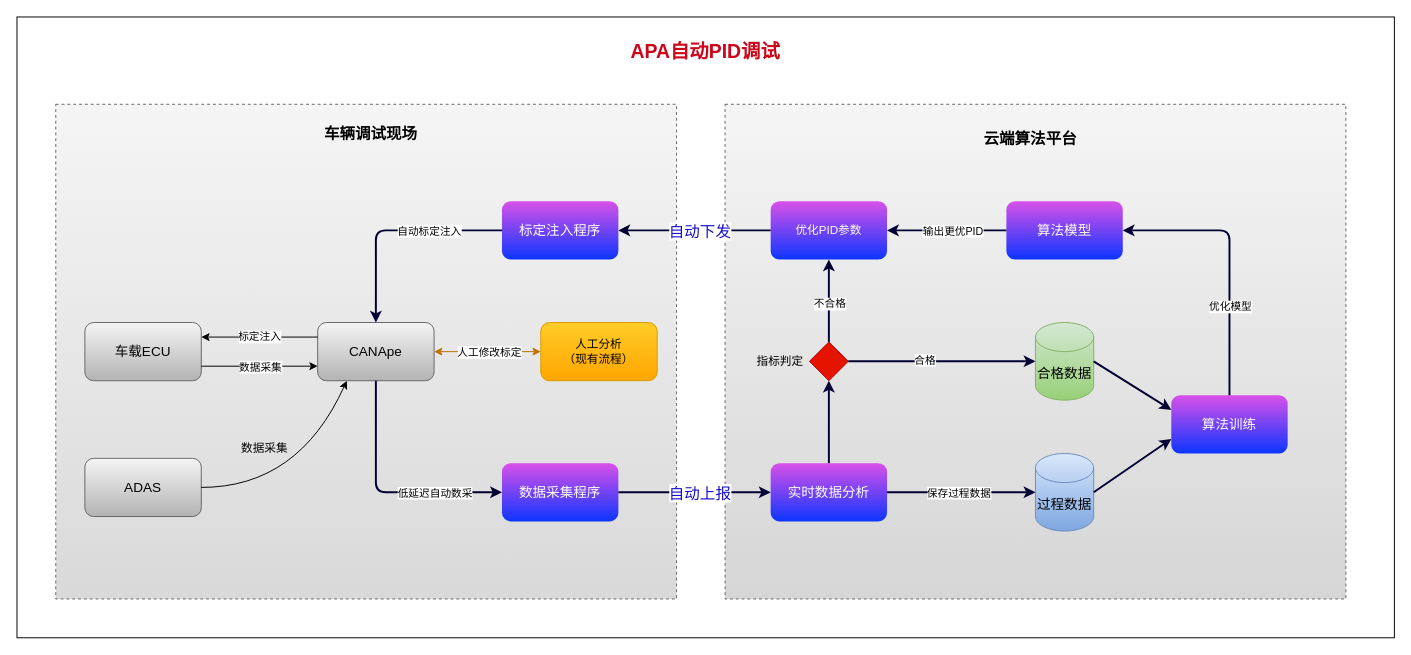
Earlier version of the draw.io diagram 未命名绘图.drawio (wenjiasen/dididi). Source tidied: cells renumbered, new cells numbered last; positions are measured from the earlier drawing's top-left corner, leaving out a move shared by most shapes. Both pictures are drawn from the tidied source at 97%, with x=0, y=0 at pixel (16, 16).
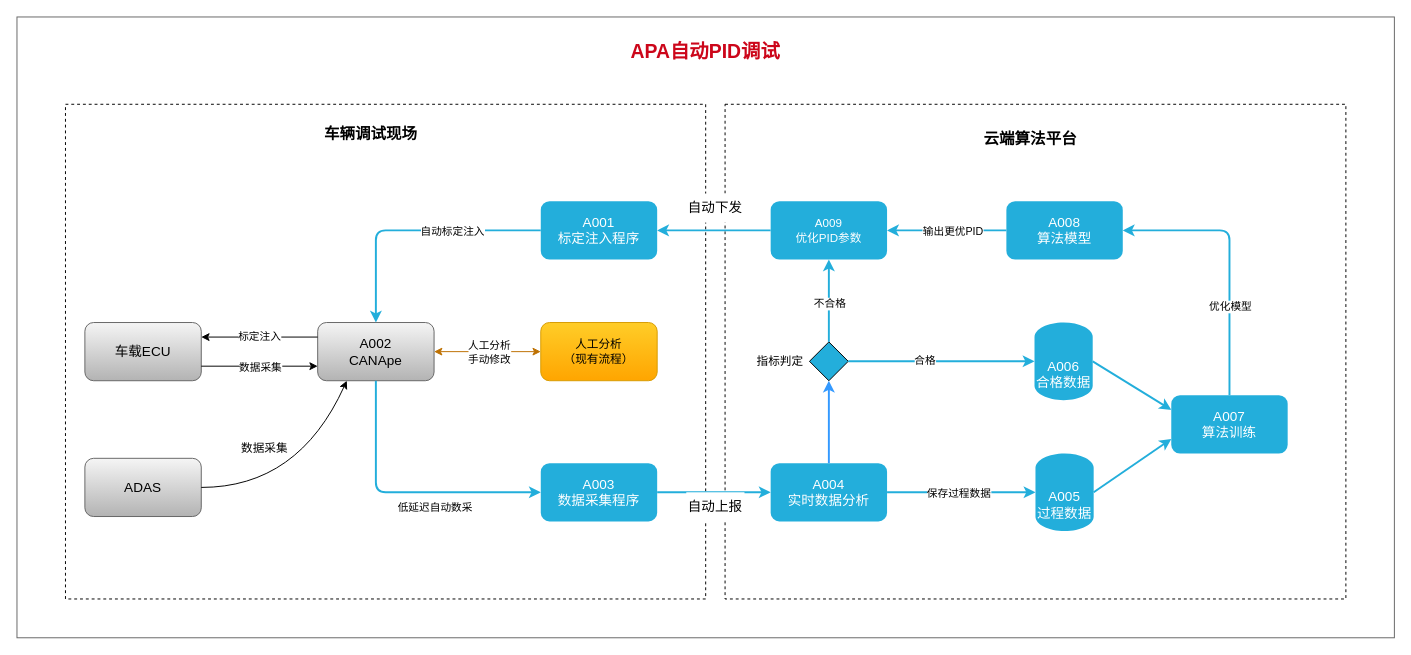
The same page after the edit.

Commit message:
更新未命名绘图.drawio

Unchanged cells that the change refers to:
```xml
<mxCell id="47" style="endArrow=classic;startArrow=classic;html=1;rounded=0;entryX=1;entryY=0.5;entryDx=0;entryDy=0;exitX=0;exitY=0.5;exitDx=0;exitDy=0;fillColor=#f0a30a;strokeColor=#BD7000;" parent="1" edge="1" source="46" target="6">
  <mxGeometry relative="1" as="geometry" />
</mxCell>
```

Diff of the diagram source:
```diff
@@
-    <mxCell id="2" style="rounded=0;whiteSpace=wrap;html=1;labelBorderColor=none;fontSize=16;strokeWidth=1;gradientDirection=south;fillStyle=auto;" parent="1" vertex="1">
+    <mxCell id="2" style="rounded=0;whiteSpace=wrap;html=1;labelBorderColor=none;fontSize=16;strokeWidth=1;gradientDirection=south;fillStyle=auto;fillColor=#FFFFFF;gradientColor=none;strokeColor=#666666;" parent="1" vertex="1">
       <mxGeometry width="1420" height="640" as="geometry" />
     </mxCell>
-    <mxCell id="3" style="rounded=0;whiteSpace=wrap;html=1;fontSize=16;dashed=1;fillColor=#f5f5f5;gradientColor=#D6D6D6;strokeColor=#666666;" parent="1" vertex="1">
+    <mxCell id="3" style="rounded=0;whiteSpace=wrap;html=1;fontSize=16;dashed=1;" parent="1" vertex="1">
       <mxGeometry x="730" y="90" width="640" height="510" as="geometry" />
     </mxCell>
-    <mxCell id="4" style="rounded=0;whiteSpace=wrap;html=1;fontSize=16;dashed=1;fillColor=#f5f5f5;gradientColor=#D9D9D9;strokeColor=#666666;" parent="1" vertex="1">
-      <mxGeometry x="40" y="90" width="640" height="510" as="geometry" />
+    <mxCell id="4" style="rounded=0;whiteSpace=wrap;html=1;fontSize=16;dashed=1;" parent="1" vertex="1">
+      <mxGeometry x="50" y="90" width="660" height="510" as="geometry" />
     </mxCell>
@@
-    <mxCell id="6" value="CANApe" style="rounded=1;whiteSpace=wrap;html=1;fillColor=#f5f5f5;gradientColor=#b3b3b3;strokeColor=#666666;fontSize=14;" parent="1" vertex="1">
+    <mxCell id="6" value="A002&lt;br&gt;CANApe" style="rounded=1;whiteSpace=wrap;html=1;fillColor=#f5f5f5;gradientColor=#b3b3b3;strokeColor=#666666;fontSize=14;" parent="1" vertex="1">
       <mxGeometry x="310" y="315" width="120" height="60" as="geometry" />
     </mxCell>
-    <mxCell id="7" value="数据采集程序" style="rounded=1;whiteSpace=wrap;html=1;fillColor=#D951E8;gradientColor=#0D35FF;strokeColor=none;fontColor=#FFFFFF;strokeWidth=2;fontSize=14;" parent="1" vertex="1">
-      <mxGeometry x="500" y="460" width="120" height="60" as="geometry" />
+    <mxCell id="7" value="A003&lt;br&gt;数据采集程序" style="rounded=1;whiteSpace=wrap;html=1;fillColor=#23AEDB;gradientColor=none;strokeColor=none;fontColor=#FFFFFF;strokeWidth=2;fontSize=14;" parent="1" vertex="1">
+      <mxGeometry x="540" y="460" width="120" height="60" as="geometry" />
     </mxCell>
-    <mxCell id="8" value="实时数据分析" style="rounded=1;whiteSpace=wrap;html=1;fillColor=#D951E8;gradientColor=#0D35FF;strokeColor=none;fontColor=#FFFFFF;strokeWidth=2;fontSize=14;" parent="1" vertex="1">
+    <mxCell id="8" value="A004&lt;br&gt;实时数据分析" style="rounded=1;whiteSpace=wrap;html=1;fillColor=#23AEDB;gradientColor=none;strokeColor=none;fontColor=#FFFFFF;strokeWidth=2;fontSize=14;" parent="1" vertex="1">
       <mxGeometry x="777" y="460" width="120" height="60" as="geometry" />
     </mxCell>
-    <mxCell id="9" value="标定注入程序" style="rounded=1;whiteSpace=wrap;html=1;fillColor=#D951E8;gradientColor=#0D35FF;strokeColor=none;fontColor=#FFFFFF;strokeWidth=2;fontSize=14;" parent="1" vertex="1">
-      <mxGeometry x="500" y="190" width="120" height="60" as="geometry" />
+    <mxCell id="9" value="A001 &lt;br&gt;标定注入程序" style="rounded=1;whiteSpace=wrap;html=1;fillColor=#23AEDB;gradientColor=none;strokeColor=none;fontColor=#FFFFFF;strokeWidth=2;fontSize=14;" parent="1" vertex="1">
+      <mxGeometry x="540" y="190" width="120" height="60" as="geometry" />
     </mxCell>
@@
-    <mxCell id="13" style="endArrow=classic;html=1;rounded=1;exitX=0;exitY=0.5;exitDx=0;exitDy=0;fillColor=#d5e8d4;gradientColor=#97d077;strokeColor=#000033;strokeWidth=2;" parent="1" edge="1" source="9" target="6">
+    <mxCell id="13" style="endArrow=classic;html=1;rounded=1;exitX=0;exitY=0.5;exitDx=0;exitDy=0;fillColor=#d5e8d4;gradientColor=#97d077;strokeColor=#23AEDB;strokeWidth=2;" parent="1" edge="1" source="9" target="6">
       <mxGeometry relative="1" as="geometry">
         <Array as="points">
           <mxPoint x="370" y="220" />
         </Array>
       </mxGeometry>
     </mxCell>
@@
-    <mxCell id="15" style="endArrow=classic;html=1;rounded=1;entryX=0;entryY=0.5;entryDx=0;entryDy=0;exitX=0.5;exitY=1;exitDx=0;exitDy=0;fillColor=#d5e8d4;gradientColor=#97d077;strokeColor=#000033;strokeWidth=2;" parent="1" edge="1" source="6" target="7">
+    <mxCell id="15" style="endArrow=classic;html=1;rounded=1;entryX=0;entryY=0.5;entryDx=0;entryDy=0;exitX=0.5;exitY=1;exitDx=0;exitDy=0;fillColor=#d5e8d4;gradientColor=#97d077;strokeColor=#23AEDB;strokeWidth=2;" parent="1" edge="1" source="6" target="7">
       <mxGeometry relative="1" as="geometry">
         <Array as="points">
           <mxPoint x="370" y="490" />
         </Array>
       </mxGeometry>
     </mxCell>
@@
-    <mxCell id="17" style="endArrow=classic;html=1;rounded=1;entryX=0;entryY=0.5;entryDx=0;entryDy=0;strokeWidth=2;fillColor=#d5e8d4;gradientColor=#97d077;strokeColor=#000033;" parent="1" edge="1" source="7" target="8">
-      <mxGeometry relative="1" as="geometry" />
-    </mxCell>
-    <mxCell id="18" value="自动上报" style="edgeLabel;html=1;align=center;verticalAlign=middle;fontColor=#150ECC;labelBorderColor=none;fontSize=16;" parent="17" vertex="1">
-      <mxGeometry x="-0.03" y="-1" relative="1" as="geometry">
-        <mxPoint x="7" y="-1" as="offset" />
-      </mxGeometry>
-    </mxCell>
-    <mxCell id="19" value="优化PID参数" style="rounded=1;whiteSpace=wrap;html=1;fillColor=#D951E8;gradientColor=#0D35FF;strokeColor=none;fontColor=#FFFFFF;strokeWidth=2;" parent="1" vertex="1">
+    <mxCell id="19" value="A009&lt;br&gt;优化PID参数" style="rounded=1;whiteSpace=wrap;html=1;fillColor=#23AEDB;gradientColor=none;strokeColor=none;fontColor=#FFFFFF;strokeWidth=2;" parent="1" vertex="1">
       <mxGeometry x="777" y="190" width="120" height="60" as="geometry" />
     </mxCell>
-    <mxCell id="20" style="rhombus;whiteSpace=wrap;html=1;fillColor=#e51400;strokeColor=#B20000;fontColor=#ffffff;" parent="1" vertex="1">
+    <mxCell id="20" style="rhombus;whiteSpace=wrap;html=1;fillColor=#23AEDB;" parent="1" vertex="1">
       <mxGeometry x="817" y="335" width="40" height="40" as="geometry" />
     </mxCell>
@@
-    <mxCell id="22" style="endArrow=classic;html=1;rounded=0;exitX=0.5;exitY=0;exitDx=0;exitDy=0;entryX=0.5;entryY=1;entryDx=0;entryDy=0;strokeColor=#000033;strokeWidth=2;" parent="1" edge="1" source="8" target="20">
+    <mxCell id="22" style="endArrow=classic;html=1;rounded=0;exitX=0.5;exitY=0;exitDx=0;exitDy=0;entryX=0.5;entryY=1;entryDx=0;entryDy=0;strokeColor=#3399FF;strokeWidth=2;" parent="1" edge="1" source="8" target="20">
       <mxGeometry relative="1" as="geometry" />
     </mxCell>
-    <mxCell id="23" style="endArrow=classic;html=1;rounded=0;exitX=0.5;exitY=0;exitDx=0;exitDy=0;entryX=0.5;entryY=1;entryDx=0;entryDy=0;strokeColor=#000033;strokeWidth=2;" parent="1" edge="1" source="20" target="19">
+    <mxCell id="23" style="endArrow=classic;html=1;rounded=0;exitX=0.5;exitY=0;exitDx=0;exitDy=0;entryX=0.5;entryY=1;entryDx=0;entryDy=0;strokeColor=#23AEDB;strokeWidth=2;" parent="1" edge="1" source="20" target="19">
       <mxGeometry relative="1" as="geometry" />
     </mxCell>
@@
-    <mxCell id="25" style="endArrow=classic;html=1;rounded=0;exitX=0;exitY=0.5;exitDx=0;exitDy=0;entryX=1;entryY=0.5;entryDx=0;entryDy=0;strokeWidth=2;fillColor=#d5e8d4;gradientColor=#97d077;strokeColor=#000033;" parent="1" edge="1" source="19" target="9">
-      <mxGeometry relative="1" as="geometry" />
-    </mxCell>
-    <mxCell id="26" value="自动下发" style="edgeLabel;html=1;align=center;verticalAlign=middle;fontSize=16;fontColor=#150ECC;" parent="25" vertex="1">
-      <mxGeometry x="-0.18" y="2" relative="1" as="geometry">
-        <mxPoint x="-10" y="-2" as="offset" />
-      </mxGeometry>
-    </mxCell>
-    <mxCell id="27" style="endArrow=classic;html=1;rounded=0;exitX=1;exitY=0.5;exitDx=0;exitDy=0;entryX=0;entryY=0.5;entryDx=0;entryDy=0;entryPerimeter=0;fillColor=#d5e8d4;gradientColor=#97d077;strokeColor=#000033;strokeWidth=2;" parent="1" edge="1" source="20" target="35">
+    <mxCell id="27" style="endArrow=classic;html=1;rounded=0;exitX=1;exitY=0.5;exitDx=0;exitDy=0;entryX=0;entryY=0.5;entryDx=0;entryDy=0;entryPerimeter=0;fillColor=#d5e8d4;gradientColor=#97d077;strokeColor=#23AEDB;strokeWidth=2;" parent="1" edge="1" source="20" target="35">
       <mxGeometry relative="1" as="geometry" />
     </mxCell>
@@
-    <mxCell id="32" style="endArrow=classic;html=1;rounded=0;exitX=1;exitY=0.5;exitDx=0;exitDy=0;entryX=0;entryY=0.5;entryDx=0;entryDy=0;entryPerimeter=0;fillColor=#d5e8d4;gradientColor=#97d077;strokeColor=#000033;strokeWidth=2;" parent="1" edge="1" source="8" target="34">
+    <mxCell id="32" style="endArrow=classic;html=1;rounded=0;exitX=1;exitY=0.5;exitDx=0;exitDy=0;entryX=0;entryY=0.5;entryDx=0;entryDy=0;entryPerimeter=0;fillColor=#d5e8d4;gradientColor=#97d077;strokeColor=#23AEDB;strokeWidth=2;" parent="1" edge="1" source="8" target="34">
       <mxGeometry relative="1" as="geometry" />
     </mxCell>
@@
-    <mxCell id="34" value="过程数据" style="shape=cylinder3;whiteSpace=wrap;html=1;boundedLbl=1;backgroundOutline=1;size=15;fillColor=#dae8fc;gradientColor=#7ea6e0;strokeColor=#6c8ebf;strokeWidth=1;fontSize=14;" parent="1" vertex="1">
+    <mxCell id="34" value="A005&lt;br&gt;过程数据" style="shape=cylinder3;whiteSpace=wrap;html=1;boundedLbl=1;backgroundOutline=1;size=15;fillColor=#23AEDB;gradientColor=none;strokeColor=none;strokeWidth=1;fontSize=14;fontColor=#FFFFFF;" parent="1" vertex="1">
       <mxGeometry x="1050" y="450" width="60" height="80" as="geometry" />
     </mxCell>
-    <mxCell id="35" value="合格数据" style="shape=cylinder3;whiteSpace=wrap;html=1;boundedLbl=1;backgroundOutline=1;size=15;fillColor=#d5e8d4;gradientColor=#97d077;strokeColor=#82b366;strokeWidth=1;fontSize=14;" parent="1" vertex="1">
-      <mxGeometry x="1050" y="315" width="60" height="80" as="geometry" />
+    <mxCell id="35" value="A006&lt;br&gt;合格数据" style="shape=cylinder3;whiteSpace=wrap;html=1;boundedLbl=1;backgroundOutline=1;size=15;fillColor=#23AEDB;gradientColor=none;strokeColor=none;strokeWidth=1;fontSize=14;fontColor=#FFFFFF;" parent="1" vertex="1">
+      <mxGeometry x="1049" y="315" width="60" height="80" as="geometry" />
     </mxCell>
-    <mxCell id="36" value="算法训练" style="rounded=1;whiteSpace=wrap;html=1;fillColor=#D951E8;gradientColor=#0D35FF;strokeColor=none;fontColor=#FFFFFF;strokeWidth=2;fontSize=14;" parent="1" vertex="1">
+    <mxCell id="36" value="A007&lt;br&gt;算法训练" style="rounded=1;whiteSpace=wrap;html=1;fillColor=#23AEDB;gradientColor=none;strokeColor=none;fontColor=#FFFFFF;strokeWidth=2;fontSize=14;" parent="1" vertex="1">
       <mxGeometry x="1190" y="390" width="120" height="60" as="geometry" />
     </mxCell>
-    <mxCell id="37" style="endArrow=classic;html=1;rounded=0;exitX=1;exitY=0.5;exitDx=0;exitDy=0;exitPerimeter=0;entryX=0;entryY=0.25;entryDx=0;entryDy=0;fillColor=#d5e8d4;gradientColor=#97d077;strokeColor=#000033;strokeWidth=2;" parent="1" edge="1" source="35" target="36">
+    <mxCell id="37" style="endArrow=classic;html=1;rounded=0;exitX=1;exitY=0.5;exitDx=0;exitDy=0;exitPerimeter=0;entryX=0;entryY=0.25;entryDx=0;entryDy=0;fillColor=#d5e8d4;gradientColor=#97d077;strokeColor=#23AEDB;strokeWidth=2;" parent="1" edge="1" source="35" target="36">
       <mxGeometry relative="1" as="geometry" />
     </mxCell>
-    <mxCell id="38" style="endArrow=classic;html=1;rounded=0;exitX=1;exitY=0.5;exitDx=0;exitDy=0;exitPerimeter=0;entryX=0;entryY=0.75;entryDx=0;entryDy=0;fillColor=#d5e8d4;gradientColor=#97d077;strokeColor=#000033;strokeWidth=2;" parent="1" edge="1" source="34" target="36">
+    <mxCell id="38" style="endArrow=classic;html=1;rounded=0;exitX=1;exitY=0.5;exitDx=0;exitDy=0;exitPerimeter=0;entryX=0;entryY=0.75;entryDx=0;entryDy=0;fillColor=#d5e8d4;gradientColor=#97d077;strokeColor=#23AEDB;strokeWidth=2;" parent="1" edge="1" source="34" target="36">
       <mxGeometry relative="1" as="geometry" />
     </mxCell>
-    <mxCell id="39" value="算法模型" style="rounded=1;whiteSpace=wrap;html=1;fillColor=#D951E8;gradientColor=#0D35FF;strokeColor=none;fontColor=#FFFFFF;strokeWidth=2;fontSize=14;" parent="1" vertex="1">
+    <mxCell id="39" value="A008&lt;br&gt;算法模型" style="rounded=1;whiteSpace=wrap;html=1;fillColor=#23AEDB;gradientColor=none;strokeColor=none;fontColor=#FFFFFF;strokeWidth=2;fontSize=14;" parent="1" vertex="1">
       <mxGeometry x="1020" y="190" width="120" height="60" as="geometry" />
     </mxCell>
-    <mxCell id="40" style="endArrow=classic;html=1;rounded=1;exitX=0.5;exitY=0;exitDx=0;exitDy=0;entryX=1;entryY=0.5;entryDx=0;entryDy=0;fillColor=#d5e8d4;gradientColor=#97d077;strokeColor=#000033;strokeWidth=2;" parent="1" edge="1" source="36" target="39">
+    <mxCell id="40" style="endArrow=classic;html=1;rounded=1;exitX=0.5;exitY=0;exitDx=0;exitDy=0;entryX=1;entryY=0.5;entryDx=0;entryDy=0;fillColor=#d5e8d4;gradientColor=#97d077;strokeColor=#23AEDB;strokeWidth=2;" parent="1" edge="1" source="36" target="39">
       <mxGeometry relative="1" as="geometry">
         <Array as="points">
           <mxPoint x="1250" y="220" />
         </Array>
       </mxGeometry>
     </mxCell>
@@
-    <mxCell id="42" style="endArrow=classic;html=1;rounded=0;exitX=0;exitY=0.5;exitDx=0;exitDy=0;entryX=1;entryY=0.5;entryDx=0;entryDy=0;endFill=1;startArrow=none;startFill=0;fillColor=#d5e8d4;gradientColor=#97d077;strokeColor=#000033;strokeWidth=2;" parent="1" edge="1" source="39" target="19">
+    <mxCell id="42" style="endArrow=classic;html=1;rounded=0;exitX=0;exitY=0.5;exitDx=0;exitDy=0;entryX=1;entryY=0.5;entryDx=0;entryDy=0;endFill=1;startArrow=none;startFill=0;fillColor=#d5e8d4;gradientColor=#97d077;strokeColor=#23AEDB;strokeWidth=2;" parent="1" edge="1" source="39" target="19">
       <mxGeometry relative="1" as="geometry" />
     </mxCell>
@@
-    <mxCell id="48" value="人工修改标定" style="edgeLabel;html=1;align=center;verticalAlign=middle;" parent="47" vertex="1">
+    <mxCell id="48" value="人工分析&lt;br&gt;手动修改" style="edgeLabel;html=1;align=center;verticalAlign=middle;" parent="47" vertex="1">
       <mxGeometry x="-0.02" relative="1" as="geometry" />
     </mxCell>
@@
+    <mxCell id="17" style="endArrow=classic;html=1;rounded=0;fontSize=14;fontColor=#FFFFFF;strokeColor=#23AEDB;strokeWidth=2;entryX=0;entryY=0.5;entryDx=0;entryDy=0;exitX=1;exitY=0.5;exitDx=0;exitDy=0;" parent="1" edge="1" source="7" target="8">
+      <mxGeometry relative="1" as="geometry" />
+    </mxCell>
+    <mxCell id="25" style="endArrow=classic;html=1;rounded=0;fontSize=14;fontColor=#FFFFFF;strokeColor=#23AEDB;strokeWidth=2;entryX=1;entryY=0.5;entryDx=0;entryDy=0;exitX=0;exitY=0.5;exitDx=0;exitDy=0;" parent="1" edge="1" source="19" target="9">
+      <mxGeometry relative="1" as="geometry" />
+    </mxCell>
+    <mxCell id="26" value="&lt;font color=&quot;#000000&quot;&gt;自动下发&lt;/font&gt;" style="text;html=1;strokeColor=none;fillColor=#FFFFFF;align=center;verticalAlign=middle;whiteSpace=wrap;rounded=0;labelBackgroundColor=none;labelBorderColor=none;fillStyle=auto;fontSize=14;fontColor=#FFFFFF;" parent="1" vertex="1">
+      <mxGeometry x="690" y="182" width="60" height="30" as="geometry" />
+    </mxCell>
+    <mxCell id="18" value="&lt;font color=&quot;#000000&quot;&gt;自动上报&lt;/font&gt;" style="text;html=1;strokeColor=none;fillColor=#FFFFFF;align=center;verticalAlign=middle;whiteSpace=wrap;rounded=0;labelBackgroundColor=none;labelBorderColor=none;fillStyle=auto;fontSize=14;fontColor=#FFFFFF;" parent="1" vertex="1">
+      <mxGeometry x="690" y="490" width="60" height="30" as="geometry" />
+    </mxCell>
```
